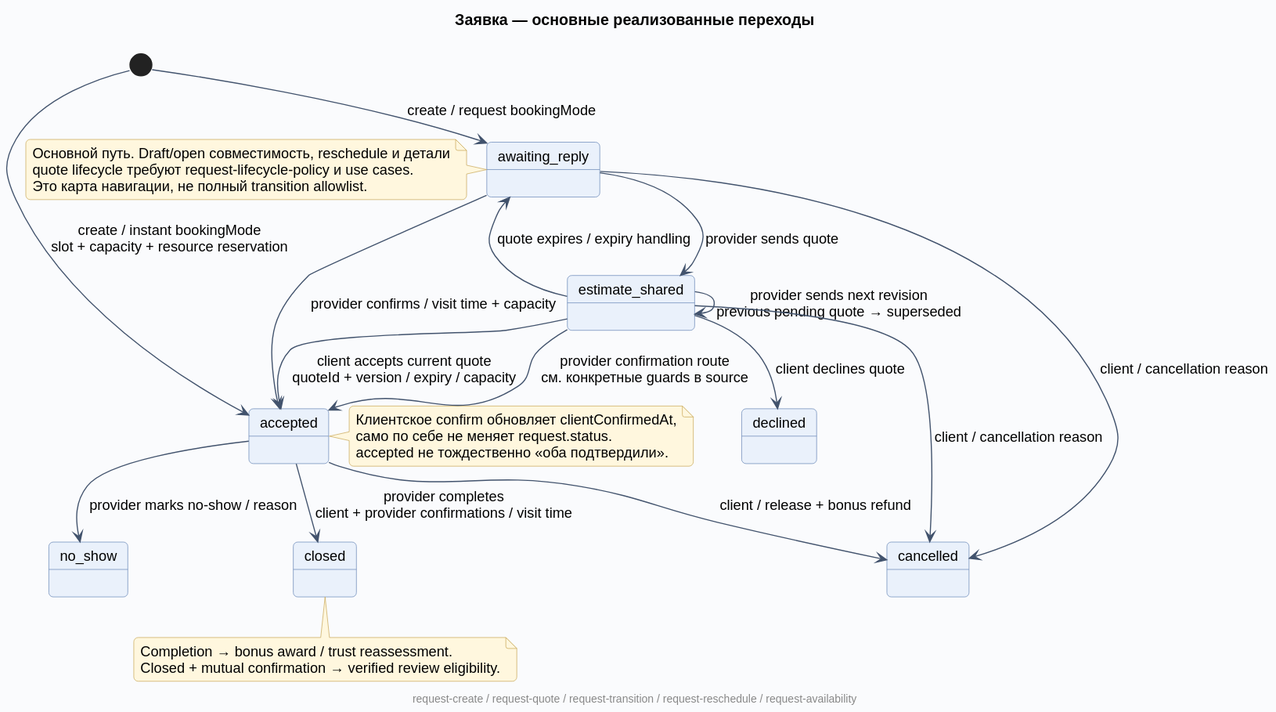
The PlantUML diagram docs/diagrams/rendered/06-request-workflow.svg in Dima163163/auto-care-hub, before a commit. Its diagram source:
```plantuml
@startuml
!include _style.puml
title Заявка — основные реализованные переходы
state "awaiting_reply" as Awaiting
state "estimate_shared" as Estimate
state "accepted" as Accepted
state "declined" as Declined
state "cancelled" as Cancelled
state "no_show" as NoShow
state "closed" as Closed
[*] --> Awaiting : create / request bookingMode
[*] --> Accepted : create / instant bookingMode\nslot + capacity + resource reservation
Awaiting --> Estimate : provider sends quote
Estimate --> Estimate : provider sends next revision\nprevious pending quote → superseded
Estimate --> Accepted : client accepts current quote\nquoteId + version / expiry / capacity
Estimate --> Declined : client declines quote
Estimate --> Awaiting : quote expires / expiry handling
Awaiting --> Accepted : provider confirms / visit time + capacity
Estimate --> Accepted : provider confirmation route\nсм. конкретные guards в source
Accepted --> Closed : provider completes\nclient + provider confirmations / visit time
Accepted --> NoShow : provider marks no-show / reason
Awaiting --> Cancelled : client / cancellation reason
Estimate --> Cancelled : client / cancellation reason
Accepted --> Cancelled : client / release + bonus refund
note right of Accepted
  Клиентское confirm обновляет clientConfirmedAt,
  само по себе не меняет request.status.
  accepted не тождественно «оба подтвердили».
end note
note bottom of Closed
  Completion → bonus award / trust reassessment.
  Closed + mutual confirmation → verified review eligibility.
end note
note left of Awaiting
  Основной путь. Draft/open совместимость, reschedule и детали
  quote lifecycle требуют request-lifecycle-policy и use cases.
  Это карта навигации, не полный transition allowlist.
end note
footer request-create / request-quote / request-transition / request-reschedule / request-availability
@enduml
```
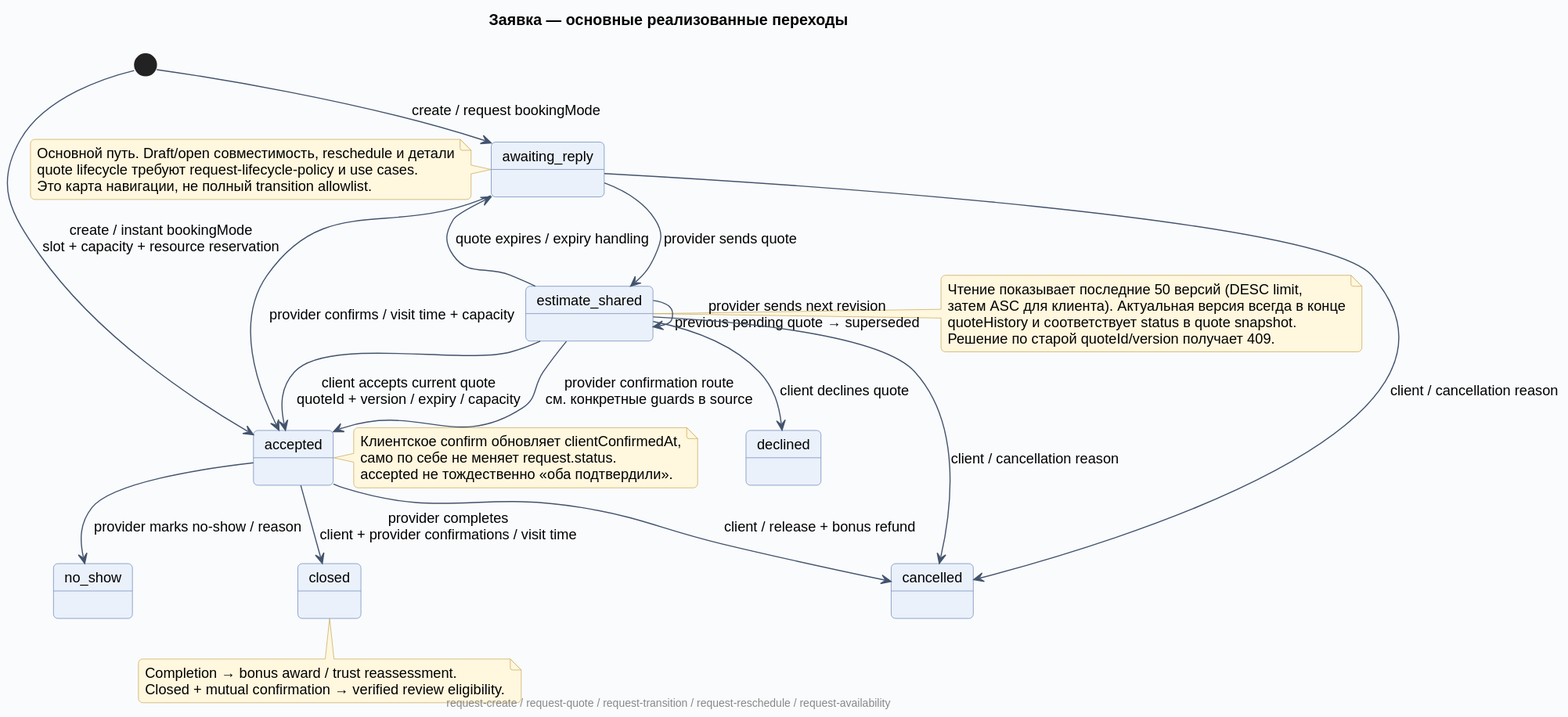
Above is the later version.

Commit message:
fix(requests): keep latest quote in bounded history

Change to the diagram source:
```diff
@@ -12,6 +12,12 @@
 [*] --> Accepted : create / instant bookingMode\nslot + capacity + resource reservation
 Awaiting --> Estimate : provider sends quote
 Estimate --> Estimate : provider sends next revision\nprevious pending quote → superseded
+note right of Estimate
+  Чтение показывает последние 50 версий (DESC limit,
+  затем ASC для клиента). Актуальная версия всегда в конце
+  quoteHistory и соответствует status в quote snapshot.
+  Решение по старой quoteId/version получает 409.
+end note
 Estimate --> Accepted : client accepts current quote\nquoteId + version / expiry / capacity
 Estimate --> Declined : client declines quote
 Estimate --> Awaiting : quote expires / expiry handling
```
